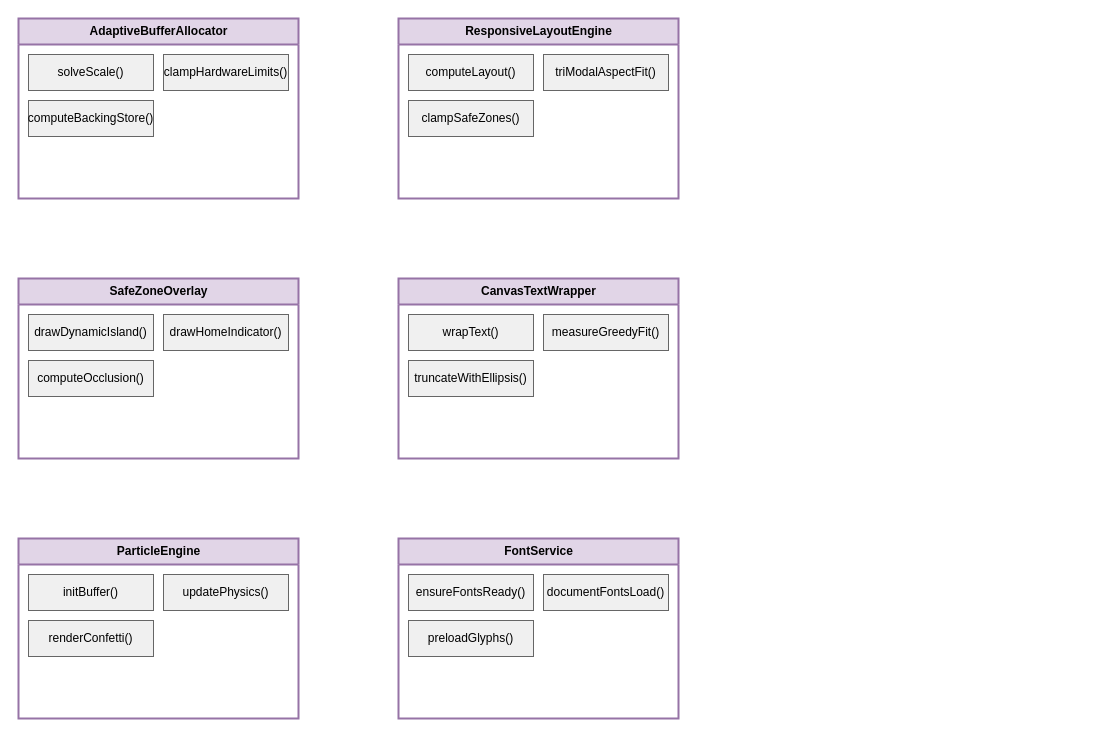
Earlier version of the draw.io diagram drawio/composite_diagram.drawio (piyushmakhija28/countdown-lockscreen-challenge). Source tidied: cells renumbered, new cells numbered last; positions are measured from the earlier drawing's top-left corner, leaving out a move shared by most shapes. Both pictures are drawn from the tidied source at 100%, with x=0, y=0 at pixel (18, 18).
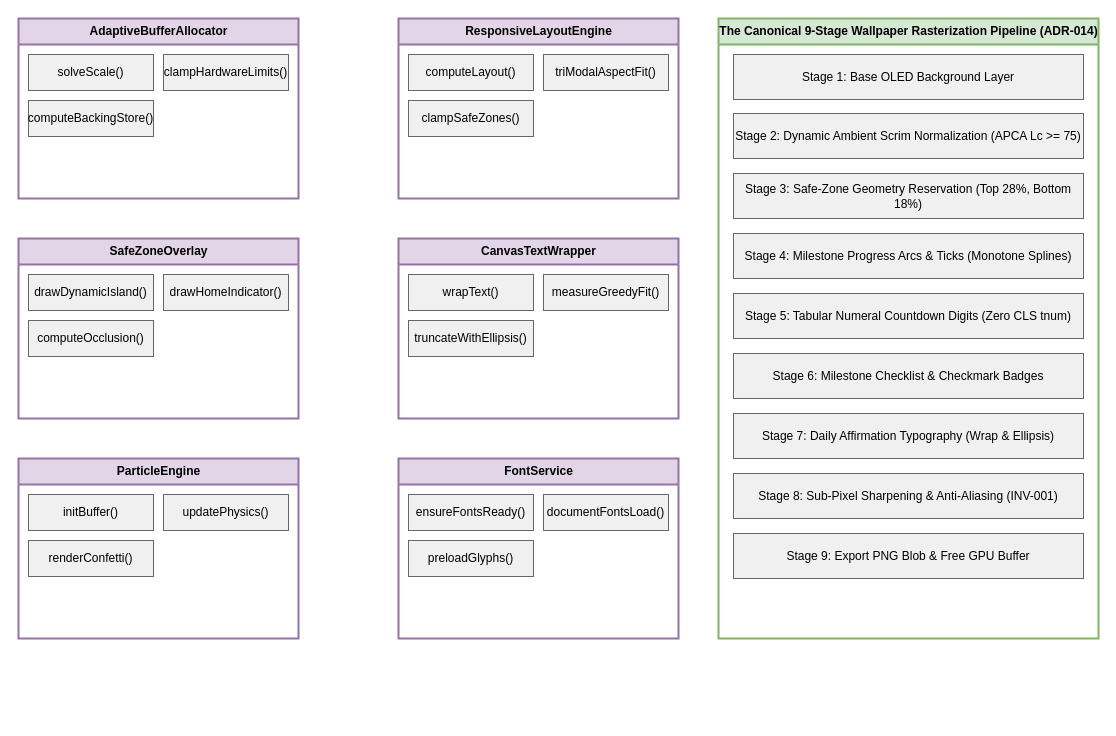
The same page after the edit.

What changed in the source:
```diff
@@
     <mxCell id="10" value="SafeZoneOverlay" style="swimlane;fontStyle=1;align=center;startSize=26;html=1;fillColor=#E1D5E7;strokeColor=#9673A6;strokeWidth=2;" parent="1" vertex="1">
-      <mxGeometry y="260" width="280" height="180" as="geometry" />
+      <mxGeometry y="220" width="280" height="180" as="geometry" />
     </mxCell>
@@
     <mxCell id="14" value="CanvasTextWrapper" style="swimlane;fontStyle=1;align=center;startSize=26;html=1;fillColor=#E1D5E7;strokeColor=#9673A6;strokeWidth=2;" parent="1" vertex="1">
-      <mxGeometry x="380" y="260" width="280" height="180" as="geometry" />
+      <mxGeometry x="380" y="220" width="280" height="180" as="geometry" />
     </mxCell>
@@
     <mxCell id="18" value="ParticleEngine" style="swimlane;fontStyle=1;align=center;startSize=26;html=1;fillColor=#E1D5E7;strokeColor=#9673A6;strokeWidth=2;" parent="1" vertex="1">
-      <mxGeometry y="520" width="280" height="180" as="geometry" />
+      <mxGeometry y="440" width="280" height="180" as="geometry" />
     </mxCell>
@@
     <mxCell id="22" value="FontService" style="swimlane;fontStyle=1;align=center;startSize=26;html=1;fillColor=#E1D5E7;strokeColor=#9673A6;strokeWidth=2;" parent="1" vertex="1">
-      <mxGeometry x="380" y="520" width="280" height="180" as="geometry" />
+      <mxGeometry x="380" y="440" width="280" height="180" as="geometry" />
     </mxCell>
@@
+    <mxCell id="26" value="The Canonical 9-Stage Wallpaper Rasterization Pipeline (ADR-014)" style="swimlane;fontStyle=1;align=center;startSize=26;html=1;fillColor=#D5E8D4;strokeColor=#82B366;strokeWidth=2;" parent="1" vertex="1">
+      <mxGeometry x="700" width="380" height="620" as="geometry" />
+    </mxCell>
+    <mxCell id="27" value="Stage 1: Base OLED Background Layer" style="rounded=0;whiteSpace=wrap;html=1;fillColor=#F0F0F0;strokeColor=#666666;" parent="26" vertex="1">
+      <mxGeometry x="15" y="36" width="350" height="45" as="geometry" />
+    </mxCell>
+    <mxCell id="28" value="Stage 2: Dynamic Ambient Scrim Normalization (APCA Lc &gt;= 75)" style="rounded=0;whiteSpace=wrap;html=1;fillColor=#F0F0F0;strokeColor=#666666;" parent="26" vertex="1">
+      <mxGeometry x="15" y="95" width="350" height="45" as="geometry" />
+    </mxCell>
+    <mxCell id="29" value="Stage 3: Safe-Zone Geometry Reservation (Top 28%, Bottom 18%)" style="rounded=0;whiteSpace=wrap;html=1;fillColor=#F0F0F0;strokeColor=#666666;" parent="26" vertex="1">
+      <mxGeometry x="15" y="155" width="350" height="45" as="geometry" />
+    </mxCell>
+    <mxCell id="30" value="Stage 4: Milestone Progress Arcs &amp; Ticks (Monotone Splines)" style="rounded=0;whiteSpace=wrap;html=1;fillColor=#F0F0F0;strokeColor=#666666;" parent="26" vertex="1">
+      <mxGeometry x="15" y="215" width="350" height="45" as="geometry" />
+    </mxCell>
+    <mxCell id="31" value="Stage 5: Tabular Numeral Countdown Digits (Zero CLS tnum)" style="rounded=0;whiteSpace=wrap;html=1;fillColor=#F0F0F0;strokeColor=#666666;" parent="26" vertex="1">
+      <mxGeometry x="15" y="275" width="350" height="45" as="geometry" />
+    </mxCell>
+    <mxCell id="32" value="Stage 6: Milestone Checklist &amp; Checkmark Badges" style="rounded=0;whiteSpace=wrap;html=1;fillColor=#F0F0F0;strokeColor=#666666;" parent="26" vertex="1">
+      <mxGeometry x="15" y="335" width="350" height="45" as="geometry" />
+    </mxCell>
+    <mxCell id="33" value="Stage 7: Daily Affirmation Typography (Wrap &amp; Ellipsis)" style="rounded=0;whiteSpace=wrap;html=1;fillColor=#F0F0F0;strokeColor=#666666;" parent="26" vertex="1">
+      <mxGeometry x="15" y="395" width="350" height="45" as="geometry" />
+    </mxCell>
+    <mxCell id="34" value="Stage 8: Sub-Pixel Sharpening &amp; Anti-Aliasing (INV-001)" style="rounded=0;whiteSpace=wrap;html=1;fillColor=#F0F0F0;strokeColor=#666666;" parent="26" vertex="1">
+      <mxGeometry x="15" y="455" width="350" height="45" as="geometry" />
+    </mxCell>
+    <mxCell id="35" value="Stage 9: Export PNG Blob &amp; Free GPU Buffer" style="rounded=0;whiteSpace=wrap;html=1;fillColor=#F0F0F0;strokeColor=#666666;" parent="26" vertex="1">
+      <mxGeometry x="15" y="515" width="350" height="45" as="geometry" />
+    </mxCell>
```
